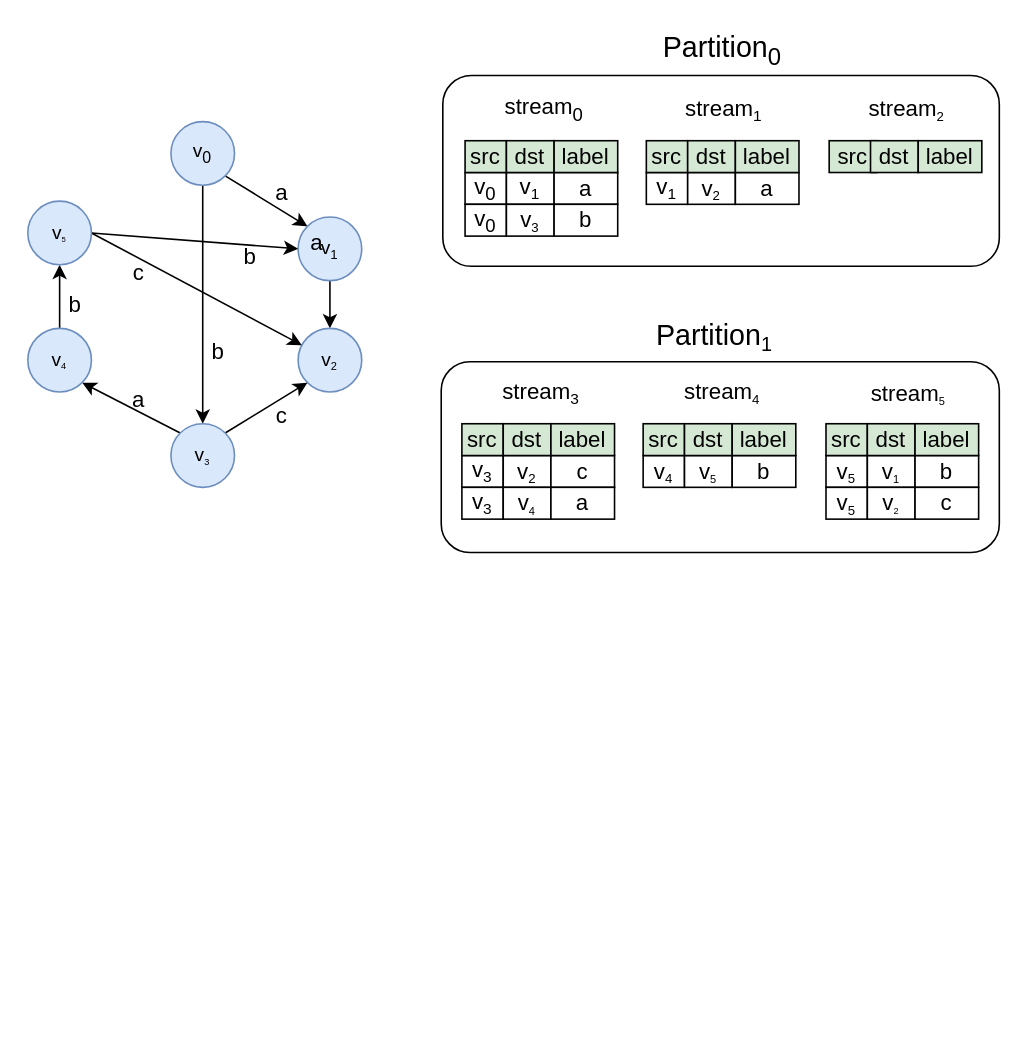
Above: img/graph_partition.drawio in Coder-Colder/MyPics (draw.io), before the change. Source tidied: cells renumbered, new cells numbered last; positions are measured from the earlier drawing's top-left corner, leaving out a move shared by most shapes. Both pictures are drawn from the tidied source at 159%, with x=0, y=0 at pixel (27, 27).
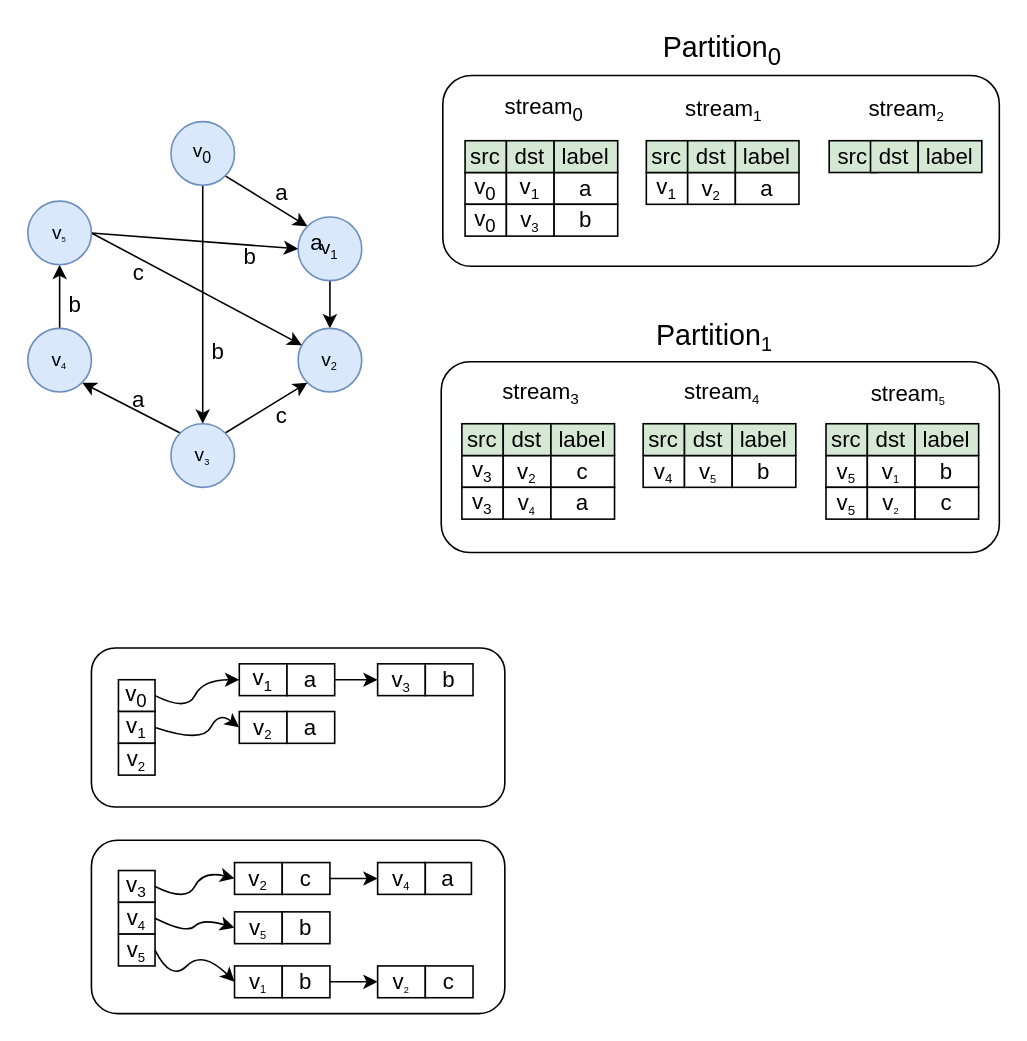
Above is the later version.

Change to the diagram source:
```diff
@@
+    <mxCell id="82" style="group;" parent="1" vertex="1">
+      <mxGeometry x="40" y="390" width="260" height="100" as="geometry" />
+    </mxCell>
+    <mxCell id="83" style="rounded=1;whiteSpace=wrap;html=1;" parent="82" vertex="1">
+      <mxGeometry width="260" height="100" as="geometry" />
+    </mxCell>
+    <mxCell id="84" style="group;" parent="82" vertex="1">
+      <mxGeometry x="17" y="20" width="23" height="40" as="geometry" />
+    </mxCell>
+    <mxCell id="85" value="v&lt;sub&gt;0&lt;/sub&gt;" style="rounded=0;whiteSpace=wrap;html=1;fontSize=14;" parent="84" vertex="1">
+      <mxGeometry width="23" height="20" as="geometry" />
+    </mxCell>
+    <mxCell id="86" value="v&lt;span style=&quot;font-size: 11.6667px;&quot;&gt;&lt;sub&gt;1&lt;/sub&gt;&lt;/span&gt;" style="rounded=0;whiteSpace=wrap;html=1;fontSize=14;" parent="84" vertex="1">
+      <mxGeometry y="20" width="23" height="20" as="geometry" />
+    </mxCell>
+    <mxCell id="87" style="curved=1;endArrow=classic;html=1;rounded=0;exitX=1;exitY=0.5;exitDx=0;exitDy=0;entryX=0;entryY=0.5;entryDx=0;entryDy=0;" parent="82" edge="1" source="85" target="88">
+      <mxGeometry relative="1" as="geometry">
+        <Array as="points">
+          <mxPoint x="60" y="40" />
+          <mxPoint x="70" y="20" />
+        </Array>
+      </mxGeometry>
+    </mxCell>
+    <mxCell id="88" value="v&lt;span style=&quot;font-size: 11.6667px;&quot;&gt;&lt;sub&gt;1&lt;/sub&gt;&lt;/span&gt;" style="rounded=0;whiteSpace=wrap;html=1;fontSize=14;" parent="82" vertex="1">
+      <mxGeometry x="93" y="10" width="30" height="20" as="geometry" />
+    </mxCell>
+    <mxCell id="89" value="a" style="rounded=0;whiteSpace=wrap;html=1;fontSize=14;" parent="82" vertex="1">
+      <mxGeometry x="123" y="10" width="30" height="20" as="geometry" />
+    </mxCell>
+    <mxCell id="90" style="curved=1;endArrow=classic;html=1;rounded=0;exitX=1;exitY=0.5;exitDx=0;exitDy=0;entryX=0;entryY=0.5;entryDx=0;entryDy=0;" parent="82" edge="1" source="86" target="91">
+      <mxGeometry relative="1" as="geometry">
+        <Array as="points">
+          <mxPoint x="70" y="60" />
+          <mxPoint x="80" y="40" />
+        </Array>
+      </mxGeometry>
+    </mxCell>
+    <mxCell id="91" value="v&lt;font size=&quot;1&quot;&gt;&lt;sub&gt;2&lt;/sub&gt;&lt;/font&gt;" style="rounded=0;whiteSpace=wrap;html=1;fontSize=14;" parent="82" vertex="1">
+      <mxGeometry x="93" y="40" width="30" height="20" as="geometry" />
+    </mxCell>
+    <mxCell id="92" value="a" style="rounded=0;whiteSpace=wrap;html=1;fontSize=14;" parent="82" vertex="1">
+      <mxGeometry x="123" y="40" width="30" height="20" as="geometry" />
+    </mxCell>
+    <mxCell id="93" style="endArrow=classic;html=1;rounded=0;exitX=1;exitY=0.5;exitDx=0;exitDy=0;" parent="82" edge="1" source="89">
+      <mxGeometry relative="1" as="geometry">
+        <mxPoint x="180" y="20" as="targetPoint" />
+      </mxGeometry>
+    </mxCell>
+    <mxCell id="94" value="v&lt;font size=&quot;1&quot;&gt;&lt;sub&gt;3&lt;/sub&gt;&lt;/font&gt;" style="rounded=0;whiteSpace=wrap;html=1;fontSize=14;" parent="82" vertex="1">
+      <mxGeometry x="180" y="10" width="30" height="20" as="geometry" />
+    </mxCell>
+    <mxCell id="95" value="b" style="rounded=0;whiteSpace=wrap;html=1;fontSize=14;" parent="82" vertex="1">
+      <mxGeometry x="210" y="10" width="30" height="20" as="geometry" />
+    </mxCell>
+    <mxCell id="96" value="v&lt;font size=&quot;1&quot;&gt;&lt;sub&gt;2&lt;/sub&gt;&lt;/font&gt;" style="rounded=0;whiteSpace=wrap;html=1;fontSize=14;" parent="82" vertex="1">
+      <mxGeometry x="17" y="60" width="23" height="20" as="geometry" />
+    </mxCell>
+    <mxCell id="97" style="group;" parent="1" vertex="1">
+      <mxGeometry x="40" y="511" width="260" height="109" as="geometry" />
+    </mxCell>
+    <mxCell id="98" style="rounded=1;whiteSpace=wrap;html=1;" parent="97" vertex="1">
+      <mxGeometry width="260" height="109" as="geometry" />
+    </mxCell>
+    <mxCell id="99" style="group;" parent="97" vertex="1">
+      <mxGeometry x="17" y="19" width="23" height="60" as="geometry" />
+    </mxCell>
+    <mxCell id="100" value="v&lt;span style=&quot;font-size: 11.6667px;&quot;&gt;&lt;sub&gt;3&lt;/sub&gt;&lt;/span&gt;" style="rounded=0;whiteSpace=wrap;html=1;fontSize=14;" parent="99" vertex="1">
+      <mxGeometry width="23" height="20" as="geometry" />
+    </mxCell>
+    <mxCell id="101" value="v&lt;font size=&quot;1&quot;&gt;&lt;sub&gt;4&lt;/sub&gt;&lt;/font&gt;" style="rounded=0;whiteSpace=wrap;html=1;fontSize=14;" parent="99" vertex="1">
+      <mxGeometry y="20" width="23" height="20" as="geometry" />
+    </mxCell>
+    <mxCell id="102" value="v&lt;font size=&quot;1&quot;&gt;&lt;sub&gt;5&lt;/sub&gt;&lt;/font&gt;" style="rounded=0;whiteSpace=wrap;html=1;fontSize=14;" parent="99" vertex="1">
+      <mxGeometry y="40" width="23" height="20" as="geometry" />
+    </mxCell>
+    <mxCell id="103" value="v&lt;font size=&quot;1&quot;&gt;&lt;sub&gt;2&lt;/sub&gt;&lt;/font&gt;" style="rounded=0;whiteSpace=wrap;html=1;fontSize=14;" parent="97" vertex="1">
+      <mxGeometry x="90" y="14" width="30" height="20" as="geometry" />
+    </mxCell>
+    <mxCell id="104" value="c" style="rounded=0;whiteSpace=wrap;html=1;fontSize=14;" parent="97" vertex="1">
+      <mxGeometry x="120" y="14" width="30" height="20" as="geometry" />
+    </mxCell>
+    <mxCell id="105" style="curved=1;endArrow=classic;html=1;rounded=0;exitX=1;exitY=0.5;exitDx=0;exitDy=0;entryX=0;entryY=0.5;entryDx=0;entryDy=0;" parent="97" edge="1" source="100" target="103">
+      <mxGeometry relative="1" as="geometry">
+        <Array as="points">
+          <mxPoint x="60" y="39" />
+          <mxPoint x="70" y="19" />
+        </Array>
+      </mxGeometry>
+    </mxCell>
+    <mxCell id="106" value="v&lt;span style=&quot;font-size: 8.33333px;&quot;&gt;&lt;sub&gt;4&lt;/sub&gt;&lt;/span&gt;" style="rounded=0;whiteSpace=wrap;html=1;fontSize=14;" parent="97" vertex="1">
+      <mxGeometry x="180" y="14" width="30" height="20" as="geometry" />
+    </mxCell>
+    <mxCell id="107" style="edgeStyle=orthogonalEdgeStyle;rounded=0;jettySize=auto;html=1;entryX=0;entryY=0.5;entryDx=0;entryDy=0;" parent="97" edge="1" source="104" target="106">
+      <mxGeometry relative="1" as="geometry" />
+    </mxCell>
+    <mxCell id="108" value="a" style="rounded=0;whiteSpace=wrap;html=1;fontSize=14;" parent="97" vertex="1">
+      <mxGeometry x="210" y="14" width="29" height="20" as="geometry" />
+    </mxCell>
+    <mxCell id="109" value="v&lt;span style=&quot;font-size: 8.33333px;&quot;&gt;&lt;sub&gt;5&lt;/sub&gt;&lt;/span&gt;" style="rounded=0;whiteSpace=wrap;html=1;fontSize=14;" parent="97" vertex="1">
+      <mxGeometry x="90" y="45" width="30" height="20" as="geometry" />
+    </mxCell>
+    <mxCell id="110" style="curved=1;endArrow=classic;html=1;rounded=0;exitX=1;exitY=0.5;exitDx=0;exitDy=0;entryX=0;entryY=0.5;entryDx=0;entryDy=0;" parent="97" edge="1" source="101" target="109">
+      <mxGeometry relative="1" as="geometry">
+        <Array as="points">
+          <mxPoint x="60" y="59" />
+          <mxPoint x="70" y="49" />
+        </Array>
+      </mxGeometry>
+    </mxCell>
+    <mxCell id="111" value="b" style="rounded=0;whiteSpace=wrap;html=1;fontSize=14;" parent="97" vertex="1">
+      <mxGeometry x="120" y="45" width="30" height="20" as="geometry" />
+    </mxCell>
+    <mxCell id="112" value="v&lt;span style=&quot;font-size: 8.33333px;&quot;&gt;&lt;sub&gt;1&lt;/sub&gt;&lt;/span&gt;" style="rounded=0;whiteSpace=wrap;html=1;fontSize=14;" parent="97" vertex="1">
+      <mxGeometry x="90" y="79" width="30" height="20" as="geometry" />
+    </mxCell>
+    <mxCell id="113" style="curved=1;endArrow=classic;html=1;rounded=0;exitX=1;exitY=0.5;exitDx=0;exitDy=0;entryX=0;entryY=0.5;entryDx=0;entryDy=0;" parent="97" edge="1" source="102" target="112">
+      <mxGeometry relative="1" as="geometry">
+        <Array as="points">
+          <mxPoint x="50" y="89" />
+          <mxPoint x="70" y="69" />
+        </Array>
+      </mxGeometry>
+    </mxCell>
+    <mxCell id="114" value="b" style="rounded=0;whiteSpace=wrap;html=1;fontSize=14;" parent="97" vertex="1">
+      <mxGeometry x="120" y="79" width="30" height="20" as="geometry" />
+    </mxCell>
+    <mxCell id="115" value="v&lt;span style=&quot;font-size: 6.94444px;&quot;&gt;&lt;sub&gt;2&lt;/sub&gt;&lt;/span&gt;" style="rounded=0;whiteSpace=wrap;html=1;fontSize=14;" parent="97" vertex="1">
+      <mxGeometry x="180" y="79" width="30" height="20" as="geometry" />
+    </mxCell>
+    <mxCell id="116" style="edgeStyle=orthogonalEdgeStyle;rounded=0;jettySize=auto;html=1;exitX=1;exitY=0.5;exitDx=0;exitDy=0;entryX=0;entryY=0.5;entryDx=0;entryDy=0;" parent="97" edge="1" source="114" target="115">
+      <mxGeometry relative="1" as="geometry" />
+    </mxCell>
+    <mxCell id="117" value="c" style="rounded=0;whiteSpace=wrap;html=1;fontSize=14;" parent="97" vertex="1">
+      <mxGeometry x="210" y="79" width="30" height="20" as="geometry" />
+    </mxCell>
```
